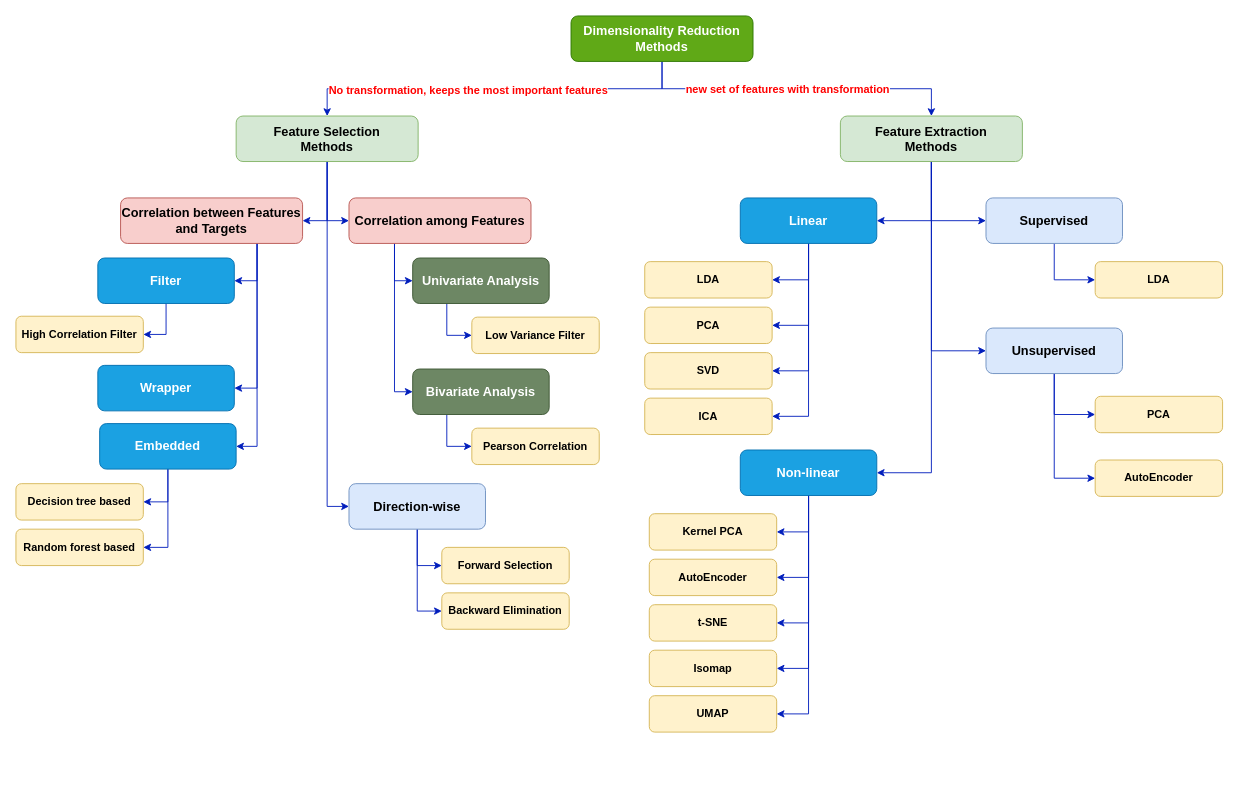
cshbli/ML-CV-AI keeps this draw.io diagram as machine_learning/data_preprocessing/feature_selection.drawio. Above is the earlier version. Source tidied: cells renumbered, new cells numbered last; positions are measured from the earlier drawing's top-left corner, leaving out a move shared by most shapes. Both pictures are drawn from the tidied source at 91%, with x=0, y=0 at pixel (15, 15).
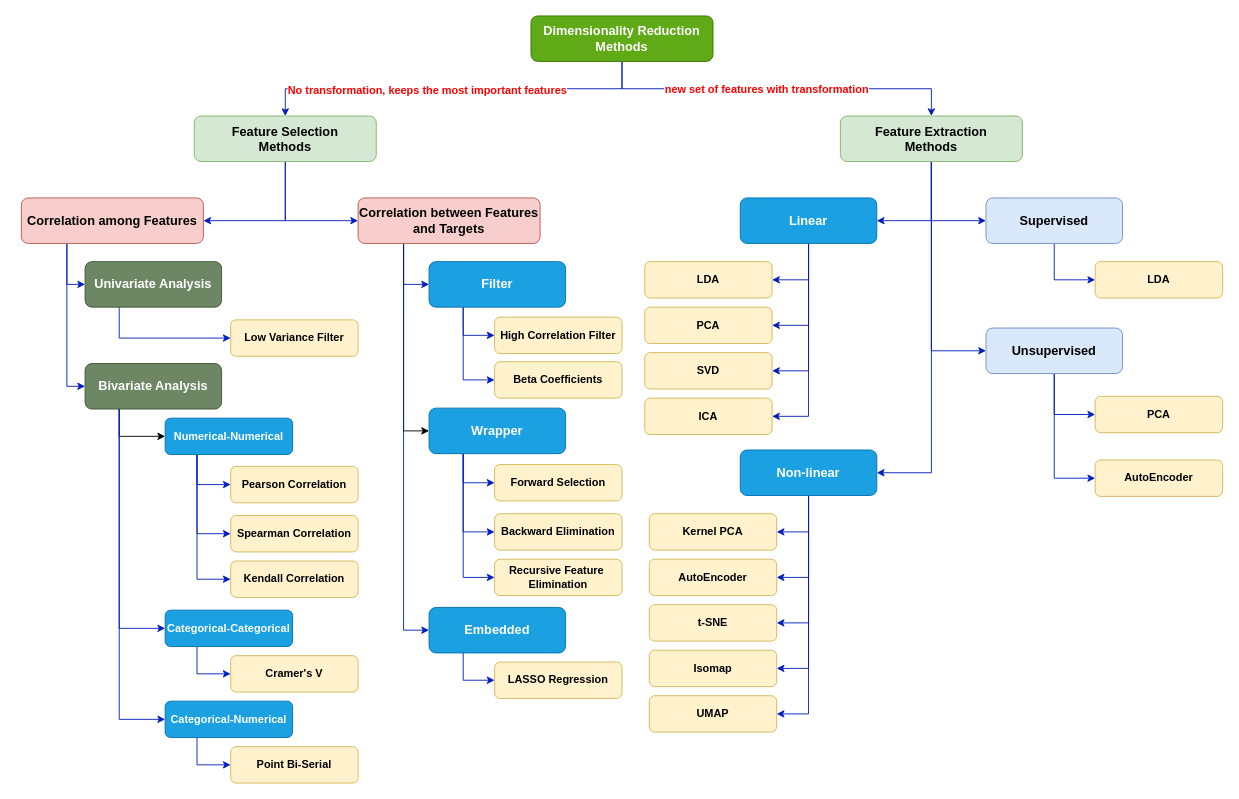
Above is the later version.

Commit message (it also covers changes not shown here):
update on feature selection tech map

Diff of the diagram source:
```diff
@@
     <mxCell id="6" value="Dimensionality Reduction &lt;br style=&quot;font-size: 14px;&quot;&gt;Methods" style="rounded=1;whiteSpace=wrap;html=1;fontSize=14;glass=0;strokeWidth=1;shadow=0;fillColor=#60a917;strokeColor=#2D7600;fontStyle=1;fontColor=#ffffff;" parent="1" vertex="1">
-      <mxGeometry x="610" width="200" height="50" as="geometry" />
+      <mxGeometry x="566" width="200" height="50" as="geometry" />
     </mxCell>
-    <mxCell id="7" style="edgeStyle=orthogonalEdgeStyle;rounded=0;jettySize=auto;html=1;exitX=0.5;exitY=1;exitDx=0;exitDy=0;entryX=1;entryY=0.5;entryDx=0;entryDy=0;fillColor=#0050ef;strokeColor=#001DBC;" parent="1" edge="1" source="10" target="61">
+    <mxCell id="7" style="edgeStyle=orthogonalEdgeStyle;rounded=0;jettySize=auto;html=1;exitX=0.5;exitY=1;exitDx=0;exitDy=0;entryX=0;entryY=0.5;entryDx=0;entryDy=0;fillColor=#0050ef;strokeColor=#001DBC;" parent="1" edge="1" source="10" target="61">
       <mxGeometry relative="1" as="geometry" />
     </mxCell>
-    <mxCell id="8" style="edgeStyle=orthogonalEdgeStyle;rounded=0;jettySize=auto;html=1;exitX=0.5;exitY=1;exitDx=0;exitDy=0;entryX=0;entryY=0.5;entryDx=0;entryDy=0;fillColor=#0050ef;strokeColor=#001DBC;" parent="1" edge="1" source="10" target="70">
+    <mxCell id="8" style="edgeStyle=orthogonalEdgeStyle;rounded=0;jettySize=auto;html=1;exitX=0.5;exitY=1;exitDx=0;exitDy=0;entryX=1;entryY=0.5;entryDx=0;entryDy=0;fillColor=#0050ef;strokeColor=#001DBC;" parent="1" edge="1" source="10" target="70">
       <mxGeometry relative="1" as="geometry" />
     </mxCell>
-    <mxCell id="9" style="edgeStyle=orthogonalEdgeStyle;rounded=0;jettySize=auto;html=1;exitX=0.5;exitY=1;exitDx=0;exitDy=0;entryX=0;entryY=0.5;entryDx=0;entryDy=0;fillColor=#0050ef;strokeColor=#001DBC;" parent="1" edge="1" source="10" target="44">
-      <mxGeometry relative="1" as="geometry" />
-    </mxCell>
     <mxCell id="10" value="Feature Selection&lt;br style=&quot;font-size: 14px;&quot;&gt;Methods" style="rounded=1;whiteSpace=wrap;html=1;fontSize=14;glass=0;strokeWidth=1;shadow=0;fillColor=#d5e8d4;strokeColor=#82b366;fontStyle=1;" parent="1" vertex="1">
-      <mxGeometry x="242" y="110" width="200" height="50" as="geometry" />
+      <mxGeometry x="196" y="110" width="200" height="50" as="geometry" />
     </mxCell>
@@
-    <mxCell id="42" style="edgeStyle=orthogonalEdgeStyle;rounded=0;jettySize=auto;html=1;exitX=0.5;exitY=1;exitDx=0;exitDy=0;entryX=0;entryY=0.5;entryDx=0;entryDy=0;strokeWidth=1;fontSize=12;fontColor=#FF0000;fillColor=#0050ef;strokeColor=#001DBC;" parent="1" edge="1" source="44" target="45">
-      <mxGeometry relative="1" as="geometry" />
-    </mxCell>
-    <mxCell id="43" style="edgeStyle=orthogonalEdgeStyle;rounded=0;jettySize=auto;html=1;exitX=0.5;exitY=1;exitDx=0;exitDy=0;entryX=0;entryY=0.5;entryDx=0;entryDy=0;strokeWidth=1;fontSize=12;fontColor=#FF0000;fillColor=#0050ef;strokeColor=#001DBC;" parent="1" edge="1" source="44" target="46">
-      <mxGeometry relative="1" as="geometry" />
-    </mxCell>
-    <mxCell id="44" value="Direction-wise" style="rounded=1;whiteSpace=wrap;html=1;fontSize=14;glass=0;strokeWidth=1;shadow=0;fillColor=#dae8fc;strokeColor=#6c8ebf;fontStyle=1;" parent="1" vertex="1">
-      <mxGeometry x="366" y="514" width="150" height="50" as="geometry" />
-    </mxCell>
     <mxCell id="45" value="Forward Selection" style="rounded=1;whiteSpace=wrap;html=1;fontSize=12;glass=0;strokeWidth=1;shadow=0;fillColor=#fff2cc;strokeColor=#d6b656;fontStyle=1;" parent="1" vertex="1">
-      <mxGeometry x="468" y="584" width="140" height="40" as="geometry" />
+      <mxGeometry x="526" y="493" width="140" height="40" as="geometry" />
     </mxCell>
     <mxCell id="46" value="Backward Elimination" style="rounded=1;whiteSpace=wrap;html=1;fontSize=12;glass=0;strokeWidth=1;shadow=0;fillColor=#fff2cc;strokeColor=#d6b656;fontStyle=1;" parent="1" vertex="1">
-      <mxGeometry x="468" y="634" width="140" height="40" as="geometry" />
+      <mxGeometry x="526" y="547" width="140" height="40" as="geometry" />
     </mxCell>
-    <mxCell id="47" style="edgeStyle=orthogonalEdgeStyle;rounded=0;jettySize=auto;html=1;exitX=0.5;exitY=1;exitDx=0;exitDy=0;entryX=1;entryY=0.5;entryDx=0;entryDy=0;fillColor=#0050ef;strokeColor=#001DBC;" parent="1" edge="1" source="49" target="50">
+    <mxCell id="47" style="edgeStyle=orthogonalEdgeStyle;rounded=0;jettySize=auto;html=1;exitX=0.25;exitY=1;exitDx=0;exitDy=0;entryX=0;entryY=0.5;entryDx=0;entryDy=0;fillColor=#0050ef;strokeColor=#001DBC;" parent="1" edge="1" source="49" target="50">
       <mxGeometry relative="1" as="geometry" />
     </mxCell>
-    <mxCell id="48" style="edgeStyle=orthogonalEdgeStyle;rounded=0;jettySize=auto;html=1;exitX=0.5;exitY=1;exitDx=0;exitDy=0;entryX=1;entryY=0.5;entryDx=0;entryDy=0;fillColor=#0050ef;strokeColor=#001DBC;" parent="1" edge="1" source="49" target="51">
-      <mxGeometry relative="1" as="geometry" />
-    </mxCell>
     <mxCell id="49" value="Embedded" style="rounded=1;whiteSpace=wrap;html=1;fontSize=14;glass=0;strokeWidth=1;shadow=0;fillColor=#1ba1e2;strokeColor=#006EAF;fontStyle=1;fontColor=#ffffff;" parent="1" vertex="1">
-      <mxGeometry x="92" y="448" width="150" height="50" as="geometry" />
+      <mxGeometry x="454" y="650" width="150" height="50" as="geometry" />
     </mxCell>
-    <mxCell id="50" value="Decision tree based" style="rounded=1;whiteSpace=wrap;html=1;fontSize=12;glass=0;strokeWidth=1;shadow=0;fillColor=#fff2cc;strokeColor=#d6b656;fontStyle=1;" parent="1" vertex="1">
-      <mxGeometry y="514" width="140" height="40" as="geometry" />
+    <mxCell id="50" value="LASSO Regression" style="rounded=1;whiteSpace=wrap;html=1;fontSize=12;glass=0;strokeWidth=1;shadow=0;fillColor=#fff2cc;strokeColor=#d6b656;fontStyle=1;" parent="1" vertex="1">
+      <mxGeometry x="526" y="710" width="140" height="40" as="geometry" />
     </mxCell>
-    <mxCell id="51" value="Random forest based" style="rounded=1;whiteSpace=wrap;html=1;fontSize=12;glass=0;strokeWidth=1;shadow=0;fillColor=#fff2cc;strokeColor=#d6b656;fontStyle=1;" parent="1" vertex="1">
-      <mxGeometry y="564" width="140" height="40" as="geometry" />
-    </mxCell>
-    <mxCell id="52" style="edgeStyle=orthogonalEdgeStyle;rounded=0;jettySize=auto;html=1;exitX=0.5;exitY=1;exitDx=0;exitDy=0;entryX=1;entryY=0.5;entryDx=0;entryDy=0;fillColor=#0050ef;strokeColor=#001DBC;" parent="1" edge="1" source="53" target="54">
+    <mxCell id="52" style="edgeStyle=orthogonalEdgeStyle;rounded=0;jettySize=auto;html=1;exitX=0.25;exitY=1;exitDx=0;exitDy=0;entryX=0;entryY=0.5;entryDx=0;entryDy=0;fillColor=#0050ef;strokeColor=#001DBC;" parent="1" edge="1" source="53" target="54">
       <mxGeometry relative="1" as="geometry" />
     </mxCell>
+    <mxCell id="71" style="edgeStyle=orthogonalEdgeStyle;rounded=0;jettySize=auto;html=1;exitX=0.25;exitY=1;exitDx=0;exitDy=0;entryX=0;entryY=0.5;entryDx=0;entryDy=0;fillColor=#0050ef;strokeColor=#001DBC;" parent="1" edge="1" source="53" target="79">
+      <mxGeometry relative="1" as="geometry" />
+    </mxCell>
     <mxCell id="53" value="Filter" style="rounded=1;whiteSpace=wrap;html=1;fontSize=14;glass=0;strokeWidth=1;shadow=0;fillColor=#1ba1e2;strokeColor=#006EAF;fontStyle=1;fontColor=#ffffff;" parent="1" vertex="1">
-      <mxGeometry x="90" y="266" width="150" height="50" as="geometry" />
+      <mxGeometry x="454" y="270" width="150" height="50" as="geometry" />
     </mxCell>
     <mxCell id="54" value="High Correlation Filter" style="rounded=1;whiteSpace=wrap;html=1;fontSize=12;glass=0;strokeWidth=1;shadow=0;fillColor=#fff2cc;strokeColor=#d6b656;fontStyle=1;" parent="1" vertex="1">
-      <mxGeometry y="330" width="140" height="40" as="geometry" />
+      <mxGeometry x="526" y="331" width="140" height="40" as="geometry" />
     </mxCell>
@@
+    <mxCell id="72" style="edgeStyle=orthogonalEdgeStyle;rounded=0;jettySize=auto;html=1;exitX=0.25;exitY=1;exitDx=0;exitDy=0;entryX=0;entryY=0.5;entryDx=0;entryDy=0;fillColor=#0050ef;strokeColor=#001DBC;" parent="1" edge="1" source="57" target="45">
+      <mxGeometry relative="1" as="geometry" />
+    </mxCell>
+    <mxCell id="73" style="edgeStyle=orthogonalEdgeStyle;rounded=0;jettySize=auto;html=1;exitX=0.25;exitY=1;exitDx=0;exitDy=0;entryX=0;entryY=0.5;entryDx=0;entryDy=0;fillColor=#0050ef;strokeColor=#001DBC;" parent="1" edge="1" source="57" target="46">
+      <mxGeometry relative="1" as="geometry" />
+    </mxCell>
+    <mxCell id="74" style="edgeStyle=orthogonalEdgeStyle;rounded=0;jettySize=auto;html=1;exitX=0.25;exitY=1;exitDx=0;exitDy=0;entryX=0;entryY=0.5;entryDx=0;entryDy=0;fillColor=#0050ef;strokeColor=#001DBC;" parent="1" edge="1" source="57" target="78">
+      <mxGeometry relative="1" as="geometry" />
+    </mxCell>
     <mxCell id="57" value="Wrapper" style="rounded=1;whiteSpace=wrap;html=1;fontSize=14;glass=0;strokeWidth=1;shadow=0;fillColor=#1ba1e2;strokeColor=#006EAF;fontStyle=1;fontColor=#ffffff;" parent="1" vertex="1">
-      <mxGeometry x="90" y="384" width="150" height="50" as="geometry" />
+      <mxGeometry x="454" y="431" width="150" height="50" as="geometry" />
     </mxCell>
-    <mxCell id="58" style="edgeStyle=orthogonalEdgeStyle;rounded=0;jettySize=auto;html=1;exitX=0.75;exitY=1;exitDx=0;exitDy=0;entryX=1;entryY=0.5;entryDx=0;entryDy=0;fillColor=#0050ef;strokeColor=#001DBC;" parent="1" edge="1" source="61" target="53">
+    <mxCell id="58" style="edgeStyle=orthogonalEdgeStyle;rounded=0;jettySize=auto;html=1;exitX=0.25;exitY=1;exitDx=0;exitDy=0;entryX=0;entryY=0.5;entryDx=0;entryDy=0;fillColor=#0050ef;strokeColor=#001DBC;" parent="1" edge="1" source="61" target="53">
       <mxGeometry relative="1" as="geometry" />
     </mxCell>
-    <mxCell id="59" style="edgeStyle=orthogonalEdgeStyle;rounded=0;jettySize=auto;html=1;exitX=0.75;exitY=1;exitDx=0;exitDy=0;entryX=1;entryY=0.5;entryDx=0;entryDy=0;fillColor=#0050ef;strokeColor=#001DBC;" parent="1" edge="1" source="61" target="57">
+    <mxCell id="59" style="edgeStyle=orthogonalEdgeStyle;rounded=0;jettySize=auto;html=1;exitX=0.25;exitY=1;exitDx=0;exitDy=0;entryX=0;entryY=0.5;entryDx=0;entryDy=0;" parent="1" edge="1" source="61" target="57">
       <mxGeometry relative="1" as="geometry" />
     </mxCell>
-    <mxCell id="60" style="edgeStyle=orthogonalEdgeStyle;rounded=0;jettySize=auto;html=1;exitX=0.75;exitY=1;exitDx=0;exitDy=0;entryX=1;entryY=0.5;entryDx=0;entryDy=0;fillColor=#0050ef;strokeColor=#001DBC;" parent="1" edge="1" source="61" target="49">
+    <mxCell id="60" style="edgeStyle=orthogonalEdgeStyle;rounded=0;jettySize=auto;html=1;exitX=0.25;exitY=1;exitDx=0;exitDy=0;entryX=0;entryY=0.5;entryDx=0;entryDy=0;fillColor=#0050ef;strokeColor=#001DBC;" parent="1" edge="1" source="61" target="49">
       <mxGeometry relative="1" as="geometry" />
     </mxCell>
     <mxCell id="61" value="Correlation between Features and Targets" style="rounded=1;whiteSpace=wrap;html=1;fontSize=14;glass=0;strokeWidth=1;shadow=0;fillColor=#f8cecc;strokeColor=#b85450;fontStyle=1;" parent="1" vertex="1">
-      <mxGeometry x="115" y="200" width="200" height="50" as="geometry" />
+      <mxGeometry x="376" y="200" width="200" height="50" as="geometry" />
     </mxCell>
@@
     <mxCell id="63" value="Univariate Analysis" style="rounded=1;whiteSpace=wrap;html=1;fontSize=14;glass=0;strokeWidth=1;shadow=0;fillColor=#6d8764;strokeColor=#3A5431;fontStyle=1;fontColor=#ffffff;" parent="1" vertex="1">
-      <mxGeometry x="436" y="266" width="150" height="50" as="geometry" />
+      <mxGeometry x="76" y="270" width="150" height="50" as="geometry" />
     </mxCell>
     <mxCell id="64" value="Low Variance Filter" style="rounded=1;whiteSpace=wrap;html=1;fontSize=12;glass=0;strokeWidth=1;shadow=0;fillColor=#fff2cc;strokeColor=#d6b656;fontStyle=1;" parent="1" vertex="1">
-      <mxGeometry x="501" y="331" width="140" height="40" as="geometry" />
+      <mxGeometry x="236" y="334" width="140" height="40" as="geometry" />
     </mxCell>
-    <mxCell id="65" style="edgeStyle=orthogonalEdgeStyle;rounded=0;jettySize=auto;html=1;exitX=0.25;exitY=1;exitDx=0;exitDy=0;entryX=0;entryY=0.5;entryDx=0;entryDy=0;fillColor=#0050ef;strokeColor=#001DBC;" parent="1" edge="1" source="66" target="67">
-      <mxGeometry relative="1" as="geometry" />
-    </mxCell>
+    <mxCell id="75" style="edgeStyle=orthogonalEdgeStyle;rounded=0;jettySize=auto;html=1;exitX=0.25;exitY=1;exitDx=0;exitDy=0;entryX=0;entryY=0.5;entryDx=0;entryDy=0;" parent="1" edge="1" source="66" target="91">
+      <mxGeometry relative="1" as="geometry" />
+    </mxCell>
+    <mxCell id="76" style="edgeStyle=orthogonalEdgeStyle;rounded=0;jettySize=auto;html=1;exitX=0.25;exitY=1;exitDx=0;exitDy=0;entryX=0;entryY=0.5;entryDx=0;entryDy=0;fillColor=#0050ef;strokeColor=#001DBC;" parent="1" edge="1" source="66" target="87">
+      <mxGeometry relative="1" as="geometry" />
+    </mxCell>
+    <mxCell id="77" style="edgeStyle=orthogonalEdgeStyle;rounded=0;jettySize=auto;html=1;exitX=0.25;exitY=1;exitDx=0;exitDy=0;entryX=0;entryY=0.5;entryDx=0;entryDy=0;fillColor=#0050ef;strokeColor=#001DBC;" parent="1" edge="1" source="66" target="85">
+      <mxGeometry relative="1" as="geometry" />
+    </mxCell>
     <mxCell id="66" value="Bivariate Analysis" style="rounded=1;whiteSpace=wrap;html=1;fontSize=14;glass=0;strokeWidth=1;shadow=0;fillColor=#6d8764;strokeColor=#3A5431;fontStyle=1;fontColor=#ffffff;" parent="1" vertex="1">
-      <mxGeometry x="436" y="388" width="150" height="50" as="geometry" />
+      <mxGeometry x="76" y="382" width="150" height="50" as="geometry" />
     </mxCell>
     <mxCell id="67" value="Pearson Correlation" style="rounded=1;whiteSpace=wrap;html=1;fontSize=12;glass=0;strokeWidth=1;shadow=0;fillColor=#fff2cc;strokeColor=#d6b656;fontStyle=1;" parent="1" vertex="1">
-      <mxGeometry x="501" y="453" width="140" height="40" as="geometry" />
+      <mxGeometry x="236" y="495" width="140" height="40" as="geometry" />
     </mxCell>
@@
     <mxCell id="69" style="edgeStyle=orthogonalEdgeStyle;rounded=0;jettySize=auto;html=1;exitX=0.25;exitY=1;exitDx=0;exitDy=0;entryX=0;entryY=0.5;entryDx=0;entryDy=0;fillColor=#0050ef;strokeColor=#001DBC;" parent="1" edge="1" source="70" target="66">
-      <mxGeometry relative="1" as="geometry" />
+      <mxGeometry relative="1" as="geometry">
+        <Array as="points">
+          <mxPoint x="56" y="407" />
+        </Array>
+      </mxGeometry>
     </mxCell>
     <mxCell id="70" value="Correlation among Features" style="rounded=1;whiteSpace=wrap;html=1;fontSize=14;glass=0;strokeWidth=1;shadow=0;fillColor=#f8cecc;strokeColor=#b85450;fontStyle=1;" parent="1" vertex="1">
-      <mxGeometry x="366" y="200" width="200" height="50" as="geometry" />
+      <mxGeometry x="6" y="200" width="200" height="50" as="geometry" />
     </mxCell>
+    <mxCell id="78" value="Recursive Feature&amp;nbsp; Elimination" style="rounded=1;whiteSpace=wrap;html=1;fontSize=12;glass=0;strokeWidth=1;shadow=0;fillColor=#fff2cc;strokeColor=#d6b656;fontStyle=1;" parent="1" vertex="1">
+      <mxGeometry x="526" y="597" width="140" height="40" as="geometry" />
+    </mxCell>
+    <mxCell id="79" value="Beta Coefficients" style="rounded=1;whiteSpace=wrap;html=1;fontSize=12;glass=0;strokeWidth=1;shadow=0;fillColor=#fff2cc;strokeColor=#d6b656;fontStyle=1;" parent="1" vertex="1">
+      <mxGeometry x="526" y="380" width="140" height="40" as="geometry" />
+    </mxCell>
+    <mxCell id="80" value="Spearman Correlation" style="rounded=1;whiteSpace=wrap;html=1;fontSize=12;glass=0;strokeWidth=1;shadow=0;fillColor=#fff2cc;strokeColor=#d6b656;fontStyle=1;" parent="1" vertex="1">
+      <mxGeometry x="236" y="549" width="140" height="40" as="geometry" />
+    </mxCell>
+    <mxCell id="81" value="Kendall Correlation" style="rounded=1;whiteSpace=wrap;html=1;fontSize=12;glass=0;strokeWidth=1;shadow=0;fillColor=#fff2cc;strokeColor=#d6b656;fontStyle=1;" parent="1" vertex="1">
+      <mxGeometry x="236" y="599" width="140" height="40" as="geometry" />
+    </mxCell>
+    <mxCell id="82" value="Cramer's V" style="rounded=1;whiteSpace=wrap;html=1;fontSize=12;glass=0;strokeWidth=1;shadow=0;fillColor=#fff2cc;strokeColor=#d6b656;fontStyle=1;" parent="1" vertex="1">
+      <mxGeometry x="236" y="703" width="140" height="40" as="geometry" />
+    </mxCell>
+    <mxCell id="83" value="Point Bi-Serial" style="rounded=1;whiteSpace=wrap;html=1;fontSize=12;glass=0;strokeWidth=1;shadow=0;fillColor=#fff2cc;strokeColor=#d6b656;fontStyle=1;" parent="1" vertex="1">
+      <mxGeometry x="236" y="803" width="140" height="40" as="geometry" />
+    </mxCell>
+    <mxCell id="84" style="edgeStyle=orthogonalEdgeStyle;rounded=0;jettySize=auto;html=1;exitX=0.25;exitY=1;exitDx=0;exitDy=0;entryX=0;entryY=0.5;entryDx=0;entryDy=0;fillColor=#0050ef;strokeColor=#001DBC;" parent="1" edge="1" source="85" target="83">
+      <mxGeometry relative="1" as="geometry" />
+    </mxCell>
+    <mxCell id="85" value="Categorical-Numerical" style="rounded=1;whiteSpace=wrap;html=1;fontSize=12;glass=0;strokeWidth=1;shadow=0;fillColor=#1ba1e2;strokeColor=#006EAF;fontStyle=1;fontColor=#ffffff;" parent="1" vertex="1">
+      <mxGeometry x="164" y="753" width="140" height="40" as="geometry" />
+    </mxCell>
+    <mxCell id="86" style="edgeStyle=orthogonalEdgeStyle;rounded=0;jettySize=auto;html=1;exitX=0.25;exitY=1;exitDx=0;exitDy=0;entryX=0;entryY=0.5;entryDx=0;entryDy=0;fillColor=#0050ef;strokeColor=#001DBC;" parent="1" edge="1" source="87" target="82">
+      <mxGeometry relative="1" as="geometry" />
+    </mxCell>
+    <mxCell id="87" value="Categorical-Categorical" style="rounded=1;whiteSpace=wrap;html=1;fontSize=12;glass=0;strokeWidth=1;shadow=0;fillColor=#1ba1e2;strokeColor=#006EAF;fontStyle=1;fontColor=#ffffff;" parent="1" vertex="1">
+      <mxGeometry x="164" y="653" width="140" height="40" as="geometry" />
+    </mxCell>
+    <mxCell id="88" style="edgeStyle=orthogonalEdgeStyle;rounded=0;jettySize=auto;html=1;exitX=0.25;exitY=1;exitDx=0;exitDy=0;entryX=0;entryY=0.5;entryDx=0;entryDy=0;fillColor=#0050ef;strokeColor=#001DBC;" parent="1" edge="1" source="91" target="67">
+      <mxGeometry relative="1" as="geometry" />
+    </mxCell>
+    <mxCell id="89" style="edgeStyle=orthogonalEdgeStyle;rounded=0;jettySize=auto;html=1;exitX=0.25;exitY=1;exitDx=0;exitDy=0;entryX=0;entryY=0.5;entryDx=0;entryDy=0;fillColor=#0050ef;strokeColor=#001DBC;" parent="1" edge="1" source="91" target="80">
+      <mxGeometry relative="1" as="geometry" />
+    </mxCell>
+    <mxCell id="90" style="edgeStyle=orthogonalEdgeStyle;rounded=0;jettySize=auto;html=1;exitX=0.25;exitY=1;exitDx=0;exitDy=0;entryX=0;entryY=0.5;entryDx=0;entryDy=0;fillColor=#0050ef;strokeColor=#001DBC;" parent="1" edge="1" source="91" target="81">
+      <mxGeometry relative="1" as="geometry" />
+    </mxCell>
+    <mxCell id="91" value="Numerical-Numerical" style="rounded=1;whiteSpace=wrap;html=1;fontSize=12;glass=0;strokeWidth=1;shadow=0;fillColor=#1ba1e2;strokeColor=#006EAF;fontStyle=1;fontColor=#ffffff;" parent="1" vertex="1">
+      <mxGeometry x="164" y="442" width="140" height="40" as="geometry" />
+    </mxCell>
```
